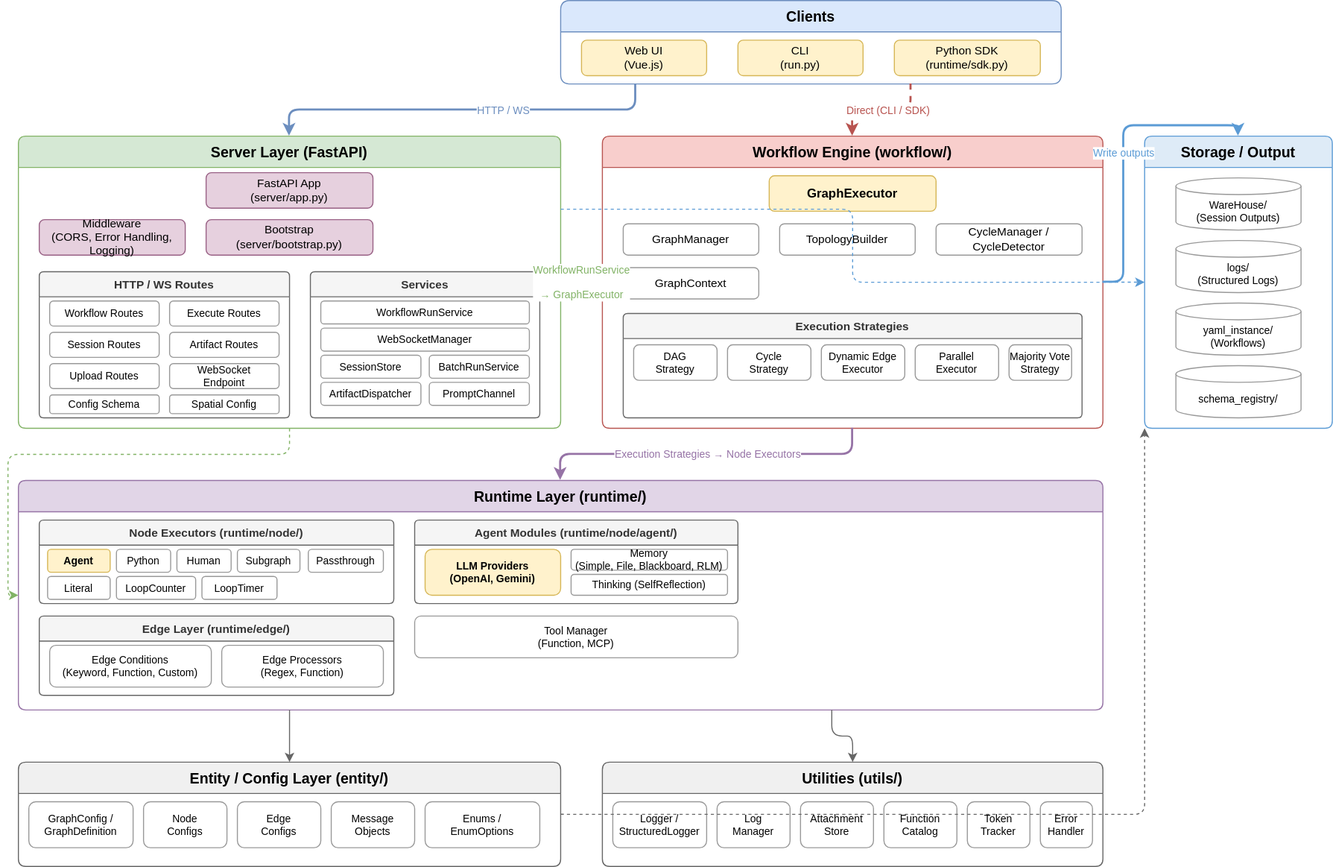
This is docs/diagrams/Multi-agent-Sim.drawio.svg from LaansDole/multi-agent-simulation, a draw.io export, as it was before one commit. Source tidied: cells renumbered, new cells last; positions are measured from the earlier drawing's top-left corner, leaving out a move shared by most shapes.
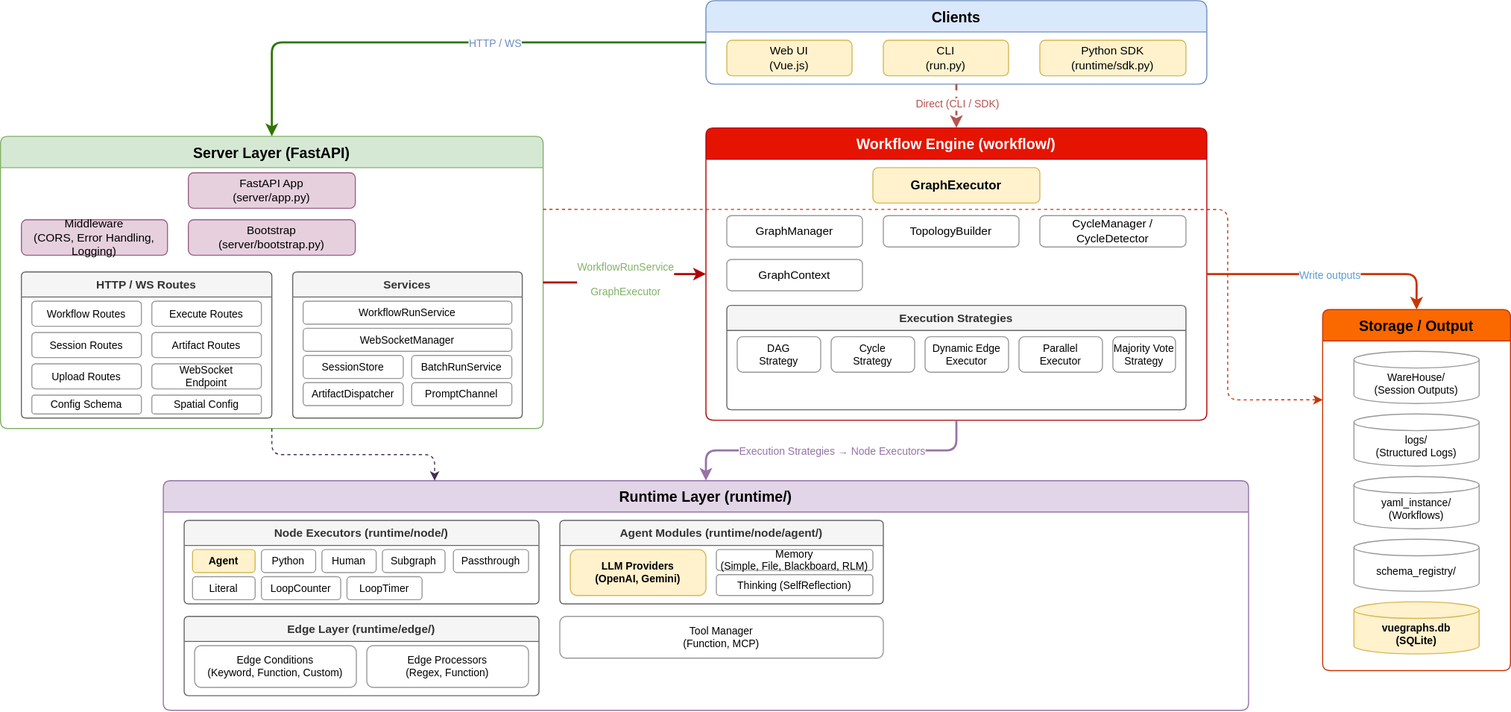
Later version of the same file.

Diff of the diagram source:
```diff
@@ -15,7 +15,7 @@
       <mxGeometry x="320" y="38" width="140" height="34" as="geometry" />
     </mxCell>
     <mxCell id="6" value="Server Layer (FastAPI)" style="swimlane;startSize=30;fillColor=#d5e8d4;strokeColor=#82b366;rounded=1;arcSize=8;fontSize=14;fontStyle=1;" parent="1" vertex="1">
-      <mxGeometry y="130" width="520" height="280" as="geometry" />
+      <mxGeometry x="-156" y="130" width="520" height="280" as="geometry" />
     </mxCell>
     <mxCell id="7" value="FastAPI App&#10;(server/app.py)" style="rounded=1;whiteSpace=wrap;html=1;fillColor=#e6d0de;strokeColor=#996185;fontSize=11;" parent="6" vertex="1">
       <mxGeometry x="180" y="35" width="160" height="34" as="geometry" />
@@ -74,8 +74,8 @@
     <mxCell id="25" value="PromptChannel" style="rounded=1;whiteSpace=wrap;html=1;fillColor=#ffffff;strokeColor=#999999;fontSize=10;" parent="19" vertex="1">
       <mxGeometry x="114" y="106" width="96" height="22" as="geometry" />
     </mxCell>
-    <mxCell id="26" value="Workflow Engine (workflow/)" style="swimlane;startSize=30;fillColor=#f8cecc;strokeColor=#b85450;rounded=1;arcSize=8;fontSize=14;fontStyle=1;" parent="1" vertex="1">
-      <mxGeometry x="560" y="130" width="480" height="280" as="geometry" />
+    <mxCell id="26" value="Workflow Engine (workflow/)" style="swimlane;startSize=30;fillColor=#e51400;strokeColor=#B20000;rounded=1;arcSize=8;fontSize=14;fontStyle=1;fontColor=#ffffff;" parent="1" vertex="1">
+      <mxGeometry x="520" y="122" width="480" height="280" as="geometry" />
     </mxCell>
     <mxCell id="27" value="GraphExecutor" style="rounded=1;whiteSpace=wrap;html=1;fillColor=#fff2cc;strokeColor=#d6b656;fontSize=12;fontStyle=1;" parent="26" vertex="1">
       <mxGeometry x="160" y="38" width="160" height="34" as="geometry" />
@@ -164,47 +164,8 @@
     <mxCell id="55" value="Tool Manager&#10;(Function, MCP)" style="rounded=1;whiteSpace=wrap;html=1;fillColor=#ffffff;strokeColor=#999999;fontSize=10;" parent="38" vertex="1">
       <mxGeometry x="380" y="130" width="310" height="40" as="geometry" />
     </mxCell>
-    <mxCell id="56" value="Entity / Config Layer (entity/)" style="swimlane;startSize=30;fillColor=#f0f0f0;strokeColor=#666666;rounded=1;arcSize=8;fontSize=14;fontStyle=1;" parent="1" vertex="1">
-      <mxGeometry y="730" width="520" height="100" as="geometry" />
-    </mxCell>
-    <mxCell id="57" value="GraphConfig /&#10;GraphDefinition" style="rounded=1;whiteSpace=wrap;html=1;fillColor=#ffffff;strokeColor=#999999;fontSize=10;" parent="56" vertex="1">
-      <mxGeometry x="10" y="38" width="100" height="44" as="geometry" />
-    </mxCell>
-    <mxCell id="58" value="Node&#10;Configs" style="rounded=1;whiteSpace=wrap;html=1;fillColor=#ffffff;strokeColor=#999999;fontSize=10;" parent="56" vertex="1">
-      <mxGeometry x="120" y="38" width="80" height="44" as="geometry" />
-    </mxCell>
-    <mxCell id="59" value="Edge&#10;Configs" style="rounded=1;whiteSpace=wrap;html=1;fillColor=#ffffff;strokeColor=#999999;fontSize=10;" parent="56" vertex="1">
-      <mxGeometry x="210" y="38" width="80" height="44" as="geometry" />
-    </mxCell>
-    <mxCell id="60" value="Message&#10;Objects" style="rounded=1;whiteSpace=wrap;html=1;fillColor=#ffffff;strokeColor=#999999;fontSize=10;" parent="56" vertex="1">
-      <mxGeometry x="300" y="38" width="80" height="44" as="geometry" />
-    </mxCell>
-    <mxCell id="61" value="Enums /&#10;EnumOptions" style="rounded=1;whiteSpace=wrap;html=1;fillColor=#ffffff;strokeColor=#999999;fontSize=10;" parent="56" vertex="1">
-      <mxGeometry x="390" y="38" width="110" height="44" as="geometry" />
-    </mxCell>
-    <mxCell id="62" value="Utilities (utils/)" style="swimlane;startSize=30;fillColor=#f0f0f0;strokeColor=#666666;rounded=1;arcSize=8;fontSize=14;fontStyle=1;" parent="1" vertex="1">
-      <mxGeometry x="560" y="730" width="480" height="100" as="geometry" />
-    </mxCell>
-    <mxCell id="63" value="Logger /&#10;StructuredLogger" style="rounded=1;whiteSpace=wrap;html=1;fillColor=#ffffff;strokeColor=#999999;fontSize=10;" parent="62" vertex="1">
-      <mxGeometry x="10" y="38" width="90" height="44" as="geometry" />
-    </mxCell>
-    <mxCell id="64" value="Log&#10;Manager" style="rounded=1;whiteSpace=wrap;html=1;fillColor=#ffffff;strokeColor=#999999;fontSize=10;" parent="62" vertex="1">
-      <mxGeometry x="110" y="38" width="70" height="44" as="geometry" />
-    </mxCell>
-    <mxCell id="65" value="Attachment&#10;Store" style="rounded=1;whiteSpace=wrap;html=1;fillColor=#ffffff;strokeColor=#999999;fontSize=10;" parent="62" vertex="1">
-      <mxGeometry x="190" y="38" width="70" height="44" as="geometry" />
-    </mxCell>
-    <mxCell id="66" value="Function&#10;Catalog" style="rounded=1;whiteSpace=wrap;html=1;fillColor=#ffffff;strokeColor=#999999;fontSize=10;" parent="62" vertex="1">
-      <mxGeometry x="270" y="38" width="70" height="44" as="geometry" />
-    </mxCell>
-    <mxCell id="67" value="Token&#10;Tracker" style="rounded=1;whiteSpace=wrap;html=1;fillColor=#ffffff;strokeColor=#999999;fontSize=10;" parent="62" vertex="1">
-      <mxGeometry x="350" y="38" width="60" height="44" as="geometry" />
-    </mxCell>
-    <mxCell id="68" value="Error&#10;Handler" style="rounded=1;whiteSpace=wrap;html=1;fillColor=#ffffff;strokeColor=#999999;fontSize=10;" parent="62" vertex="1">
-      <mxGeometry x="420" y="38" width="50" height="44" as="geometry" />
-    </mxCell>
-    <mxCell id="69" value="Storage / Output" style="swimlane;startSize=30;fillColor=#deebf7;strokeColor=#5b9bd5;rounded=1;arcSize=8;fontSize=14;fontStyle=1;" parent="1" vertex="1">
-      <mxGeometry x="1080" y="130" width="180" height="280" as="geometry" />
+    <mxCell id="69" value="Storage / Output" style="swimlane;startSize=30;fillColor=#fa6800;strokeColor=#C73500;rounded=1;arcSize=8;fontSize=14;fontStyle=1;fontColor=#000000;" parent="1" vertex="1">
+      <mxGeometry x="1111" y="296" width="180" height="346" as="geometry" />
     </mxCell>
     <mxCell id="70" value="WareHouse/&#10;(Session Outputs)" style="shape=cylinder3;whiteSpace=wrap;html=1;boundedLbl=1;backgroundOutline=1;size=8;fillColor=#ffffff;strokeColor=#999999;fontSize=10;" parent="69" vertex="1">
       <mxGeometry x="30" y="40" width="120" height="50" as="geometry" />
@@ -218,22 +179,25 @@
     <mxCell id="73" value="schema_registry/" style="shape=cylinder3;whiteSpace=wrap;html=1;boundedLbl=1;backgroundOutline=1;size=8;fillColor=#ffffff;strokeColor=#999999;fontSize=10;" parent="69" vertex="1">
       <mxGeometry x="30" y="220" width="120" height="50" as="geometry" />
     </mxCell>
+    <mxCell id="89" value="vuegraphs.db&#10;(SQLite)" style="shape=cylinder3;whiteSpace=wrap;html=1;boundedLbl=1;backgroundOutline=1;size=8;fillColor=#fff2cc;strokeColor=#d6b656;fontSize=10;fontStyle=1;" parent="69" vertex="1">
+      <mxGeometry x="30" y="280" width="120" height="50" as="geometry" />
+    </mxCell>
-    <mxCell id="74" style="edgeStyle=orthogonalEdgeStyle;rounded=1;strokeColor=#6c8ebf;strokeWidth=2;exitX=0.15;exitY=1;exitDx=0;exitDy=0;entryX=0.5;entryY=0;entryDx=0;entryDy=0;" parent="1" edge="1" source="2" target="6">
+    <mxCell id="74" style="edgeStyle=orthogonalEdgeStyle;rounded=1;strokeColor=#2D7600;strokeWidth=2;exitX=0;exitY=0.5;exitDx=0;exitDy=0;entryX=0.5;entryY=0;entryDx=0;entryDy=0;fillColor=#60a917;" parent="1" edge="1" source="2" target="6">
       <mxGeometry relative="1" as="geometry" />
     </mxCell>
-    <mxCell id="75" value="HTTP / WS" style="edgeLabel;html=1;align=center;verticalAlign=middle;fontSize=10;fontColor=#6c8ebf;" parent="74" vertex="1">
+    <mxCell id="75" value="HTTP / WS" style="edgeLabel;html=1;align=center;verticalAlign=middle;fontSize=10;fontColor=light-dark(#6C8EBF,#336600);" parent="74" vertex="1">
       <mxGeometry x="-0.2" relative="1" as="geometry" />
     </mxCell>
-    <mxCell id="76" style="edgeStyle=orthogonalEdgeStyle;rounded=1;strokeColor=#b85450;strokeWidth=2;dashed=1;exitX=0.7;exitY=1;exitDx=0;exitDy=0;entryX=0.5;entryY=0;entryDx=0;entryDy=0;" parent="1" edge="1" source="2" target="26">
+    <mxCell id="76" style="edgeStyle=orthogonalEdgeStyle;rounded=1;strokeColor=#b85450;strokeWidth=2;dashed=1;exitX=0.5;exitY=1;exitDx=0;exitDy=0;entryX=0.5;entryY=0;entryDx=0;entryDy=0;" parent="1" edge="1" source="2" target="26">
       <mxGeometry relative="1" as="geometry" />
     </mxCell>
     <mxCell id="77" value="Direct (CLI / SDK)" style="edgeLabel;html=1;align=center;verticalAlign=middle;fontSize=10;fontColor=#b85450;" parent="76" vertex="1">
       <mxGeometry x="-0.1" relative="1" as="geometry" />
     </mxCell>
-    <mxCell id="78" style="edgeStyle=orthogonalEdgeStyle;rounded=1;strokeColor=#82b366;strokeWidth=2;exitX=1;exitY=0.5;exitDx=0;exitDy=0;entryX=0;entryY=0.5;entryDx=0;entryDy=0;" parent="1" edge="1" source="6" target="26">
+    <mxCell id="78" style="edgeStyle=orthogonalEdgeStyle;rounded=1;strokeColor=#B20000;strokeWidth=2;exitX=1;exitY=0.5;exitDx=0;exitDy=0;entryX=0;entryY=0.5;entryDx=0;entryDy=0;fillColor=#e51400;" parent="1" edge="1" source="6" target="26">
       <mxGeometry relative="1" as="geometry" />
     </mxCell>
-    <mxCell id="79" value="WorkflowRunService &#10;&#10;→ GraphExecutor" style="edgeLabel;html=1;align=center;verticalAlign=middle;fontSize=10;fontColor=#82b366;" parent="78" vertex="1">
+    <mxCell id="79" value="WorkflowRunService &lt;br&gt;&lt;br&gt;GraphExecutor" style="edgeLabel;html=1;align=center;verticalAlign=middle;fontSize=10;fontColor=light-dark(#82B366,#FF9999);" parent="78" vertex="1">
       <mxGeometry relative="1" as="geometry" />
     </mxCell>
     <mxCell id="80" style="edgeStyle=orthogonalEdgeStyle;rounded=1;strokeColor=#9673a6;strokeWidth=2;exitX=0.5;exitY=1;exitDx=0;exitDy=0;entryX=0.5;entryY=0;entryDx=0;entryDy=0;" parent="1" edge="1" source="26" target="38">
@@ -242,26 +206,22 @@
     <mxCell id="81" value="Execution Strategies → Node Executors" style="edgeLabel;html=1;align=center;verticalAlign=middle;fontSize=10;fontColor=#9673a6;" parent="80" vertex="1">
       <mxGeometry relative="1" as="geometry" />
     </mxCell>
-    <mxCell id="82" style="edgeStyle=orthogonalEdgeStyle;rounded=1;strokeColor=#82b366;strokeWidth=1;dashed=1;exitX=0.5;exitY=1;exitDx=0;exitDy=0;entryX=0;entryY=0.5;entryDx=0;entryDy=0;" parent="1" edge="1" source="6" target="38">
+    <mxCell id="82" style="edgeStyle=orthogonalEdgeStyle;rounded=1;strokeColor=#432D57;strokeWidth=1;dashed=1;exitX=0.5;exitY=1;exitDx=0;exitDy=0;entryX=0.25;entryY=0;entryDx=0;entryDy=0;fillColor=#76608a;" parent="1" edge="1" source="6" target="38">
       <mxGeometry relative="1" as="geometry" />
     </mxCell>
-    <mxCell id="83" style="edgeStyle=orthogonalEdgeStyle;rounded=1;strokeColor=#666666;strokeWidth=1;exitX=0.25;exitY=1;exitDx=0;exitDy=0;entryX=0.5;entryY=0;entryDx=0;entryDy=0;" parent="1" edge="1" source="38" target="56">
-      <mxGeometry relative="1" as="geometry" />
-    </mxCell>
-    <mxCell id="84" style="edgeStyle=orthogonalEdgeStyle;rounded=1;strokeColor=#666666;strokeWidth=1;exitX=0.75;exitY=1;exitDx=0;exitDy=0;entryX=0.5;entryY=0;entryDx=0;entryDy=0;" parent="1" edge="1" source="38" target="62">
-      <mxGeometry relative="1" as="geometry" />
-    </mxCell>
-    <mxCell id="85" style="edgeStyle=orthogonalEdgeStyle;rounded=1;strokeColor=#5b9bd5;strokeWidth=2;exitX=1;exitY=0.5;exitDx=0;exitDy=0;entryX=0.5;entryY=0;entryDx=0;entryDy=0;" parent="1" edge="1" source="26" target="69">
+    <mxCell id="85" style="edgeStyle=orthogonalEdgeStyle;rounded=1;strokeColor=#C73500;strokeWidth=2;exitX=1;exitY=0.5;exitDx=0;exitDy=0;entryX=0.5;entryY=0;entryDx=0;entryDy=0;fillColor=#fa6800;" parent="1" edge="1" source="26" target="69">
       <mxGeometry relative="1" as="geometry" />
     </mxCell>
-    <mxCell id="86" value="Write outputs" style="edgeLabel;html=1;align=center;verticalAlign=middle;fontSize=10;fontColor=#5b9bd5;" parent="85" vertex="1">
+    <mxCell id="86" value="Write outputs" style="edgeLabel;html=1;align=center;verticalAlign=middle;fontSize=10;fontColor=light-dark(#5B9BD5,#FF8000);" parent="85" vertex="1">
       <mxGeometry relative="1" as="geometry" />
     </mxCell>
-    <mxCell id="87" style="edgeStyle=orthogonalEdgeStyle;rounded=1;strokeColor=#666666;strokeWidth=1;dashed=1;exitX=1;exitY=0.5;exitDx=0;exitDy=0;entryX=0;entryY=1;entryDx=0;entryDy=0;" parent="1" edge="1" source="56" target="69">
-      <mxGeometry relative="1" as="geometry" />
-    </mxCell>
-    <mxCell id="88" style="edgeStyle=orthogonalEdgeStyle;rounded=1;strokeColor=#5b9bd5;strokeWidth=1;dashed=1;exitX=1;exitY=0.25;exitDx=0;exitDy=0;entryX=0;entryY=0.5;entryDx=0;entryDy=0;" parent="1" edge="1" source="6" target="69">
-      <mxGeometry relative="1" as="geometry" />
+    <mxCell id="88" style="edgeStyle=orthogonalEdgeStyle;rounded=1;strokeColor=#C73500;strokeWidth=1;dashed=1;exitX=1;exitY=0.25;exitDx=0;exitDy=0;entryX=0;entryY=0.25;entryDx=0;entryDy=0;fillColor=#fa6800;" parent="1" edge="1" source="6" target="69">
+      <mxGeometry relative="1" as="geometry">
+        <Array as="points">
+          <mxPoint x="1020" y="200" />
+          <mxPoint x="1020" y="382" />
+        </Array>
+      </mxGeometry>
     </mxCell>
   </root>
 </mxGraphModel>
```
